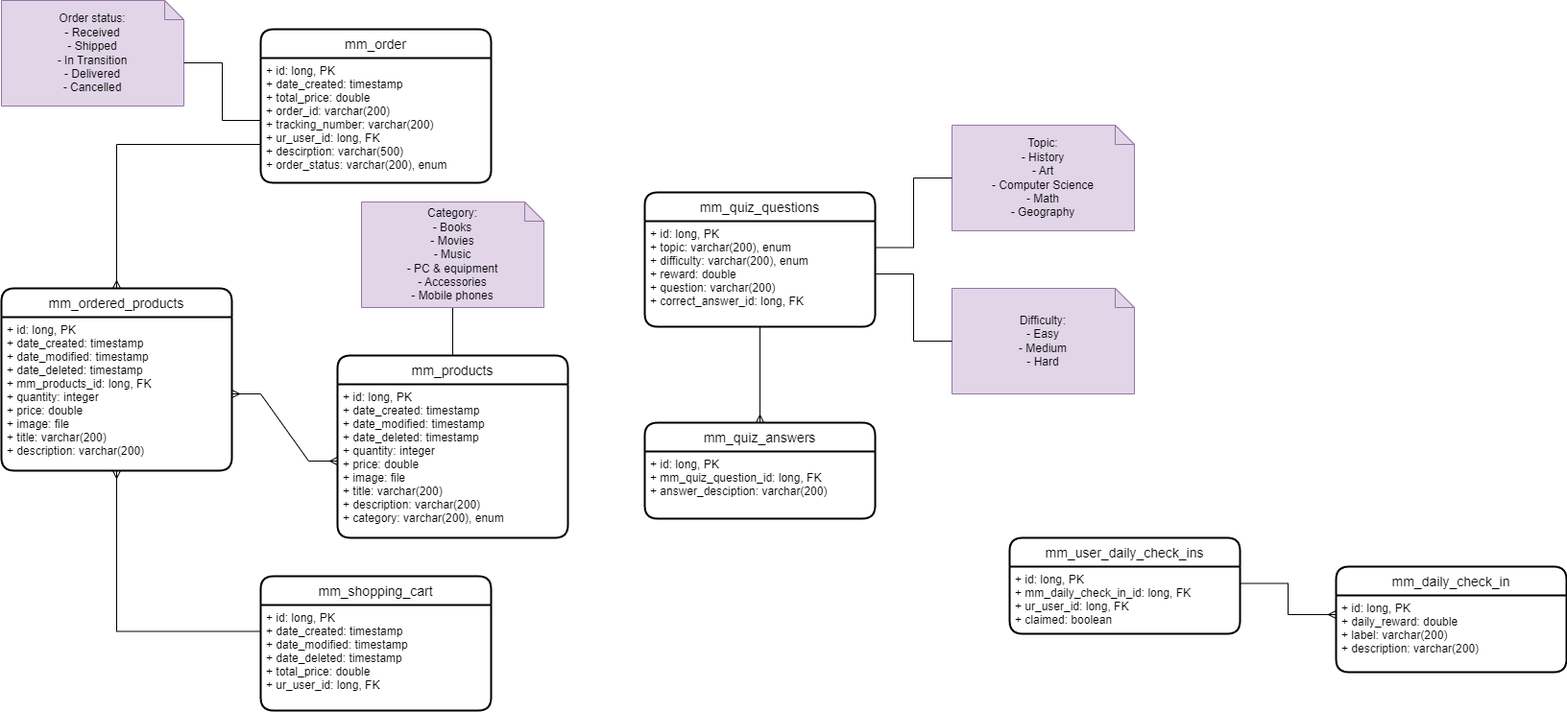
Before: EMT_diagrams-metamodels.drawio.png, a diagram exported from draw.io (bbozilov26/EMT_2023_backend). Source tidied: cells renumbered, new cells last; positions are measured from the earlier drawing's top-left corner, leaving out a move shared by most shapes.
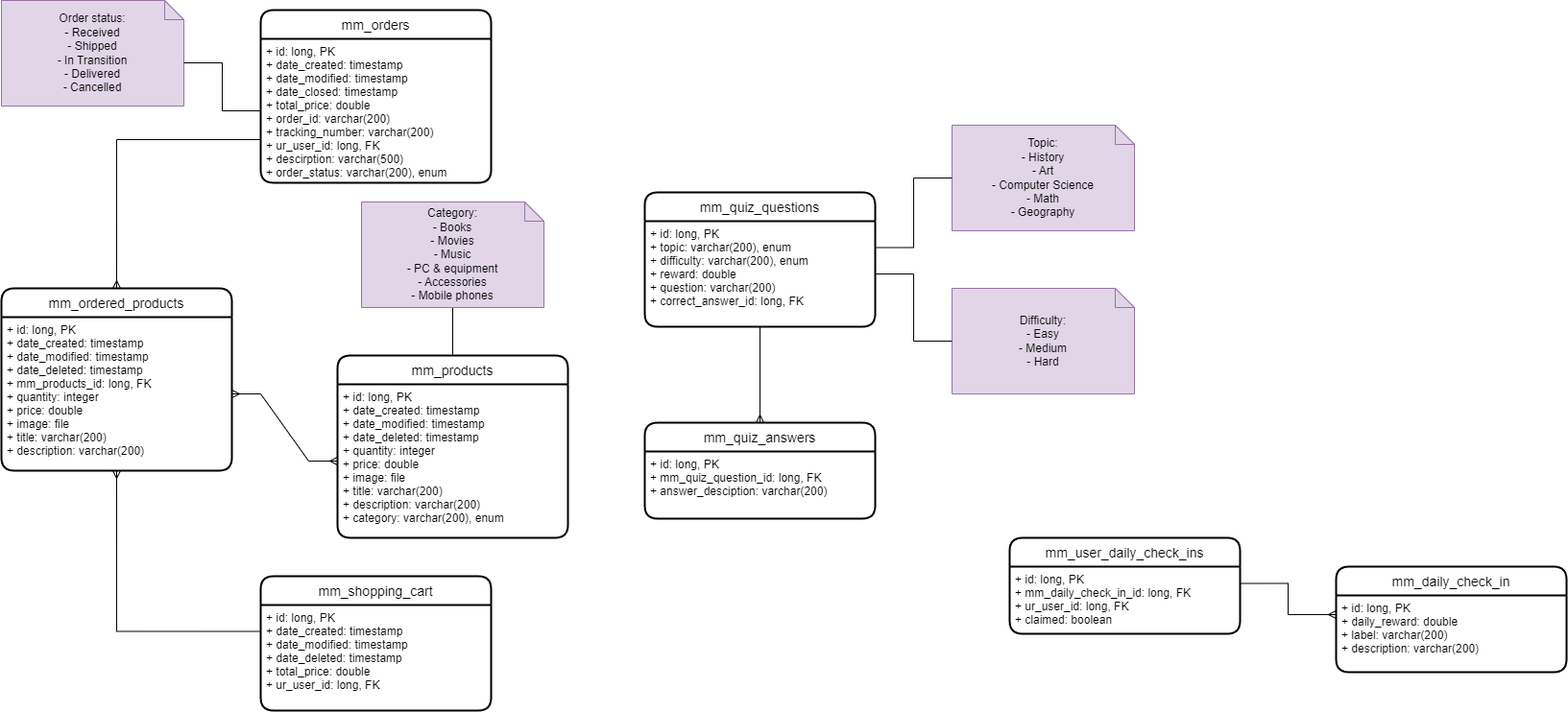
The same file after the commit.

What changed in the source:
```diff
@@ -62,11 +62,11 @@
     <mxCell id="21" style="edgeStyle=orthogonalEdgeStyle;rounded=0;jettySize=auto;html=1;exitX=1;exitY=0.25;exitDx=0;exitDy=0;entryX=0;entryY=0.25;entryDx=0;entryDy=0;endArrow=ERmany;endFill=0;" parent="1" edge="1" source="20" target="18">
       <mxGeometry relative="1" as="geometry" />
     </mxCell>
-    <mxCell id="22" value="mm_order" style="swimlane;horizontal=1;startSize=30;rounded=1;fontSize=14;fontStyle=0;strokeWidth=2;shadow=0;dashed=0;align=center;" parent="1" vertex="1">
-      <mxGeometry x="270" y="30" width="240" height="160" as="geometry" />
+    <mxCell id="22" value="mm_orders" style="swimlane;horizontal=1;startSize=30;rounded=1;fontSize=14;fontStyle=0;strokeWidth=2;shadow=0;dashed=0;align=center;" parent="1" vertex="1">
+      <mxGeometry x="270" y="10" width="240" height="180" as="geometry" />
     </mxCell>
-    <mxCell id="23" value="+ id: long, PK&#10;+ date_created: timestamp&#10;+ total_price: double&#10;+ order_id: varchar(200)&#10;+ tracking_number: varchar(200)&#10;+ ur_user_id: long, FK&#10;+ descirption: varchar(500)&#10;+ order_status: varchar(200), enum" style="align=left;strokeColor=none;fillColor=none;spacingLeft=4;fontSize=12;verticalAlign=top;" parent="22" vertex="1">
-      <mxGeometry y="30" width="240" height="130" as="geometry" />
+    <mxCell id="23" value="+ id: long, PK&#10;+ date_created: timestamp&#10;+ date_modified: timestamp&#10;+ date_closed: timestamp&#10;+ total_price: double&#10;+ order_id: varchar(200)&#10;+ tracking_number: varchar(200)&#10;+ ur_user_id: long, FK&#10;+ descirption: varchar(500)&#10;+ order_status: varchar(200), enum" style="align=left;strokeColor=none;fillColor=none;spacingLeft=4;fontSize=12;verticalAlign=top;" parent="22" vertex="1">
+      <mxGeometry y="30" width="240" height="150" as="geometry" />
     </mxCell>
     <mxCell id="24" style="edgeStyle=orthogonalEdgeStyle;rounded=0;jettySize=auto;html=1;exitX=0;exitY=0.75;exitDx=0;exitDy=0;entryX=0.5;entryY=0;entryDx=0;entryDy=0;endArrow=ERmany;endFill=0;" parent="1" edge="1" source="22" target="27">
       <mxGeometry relative="1" as="geometry" />
```
